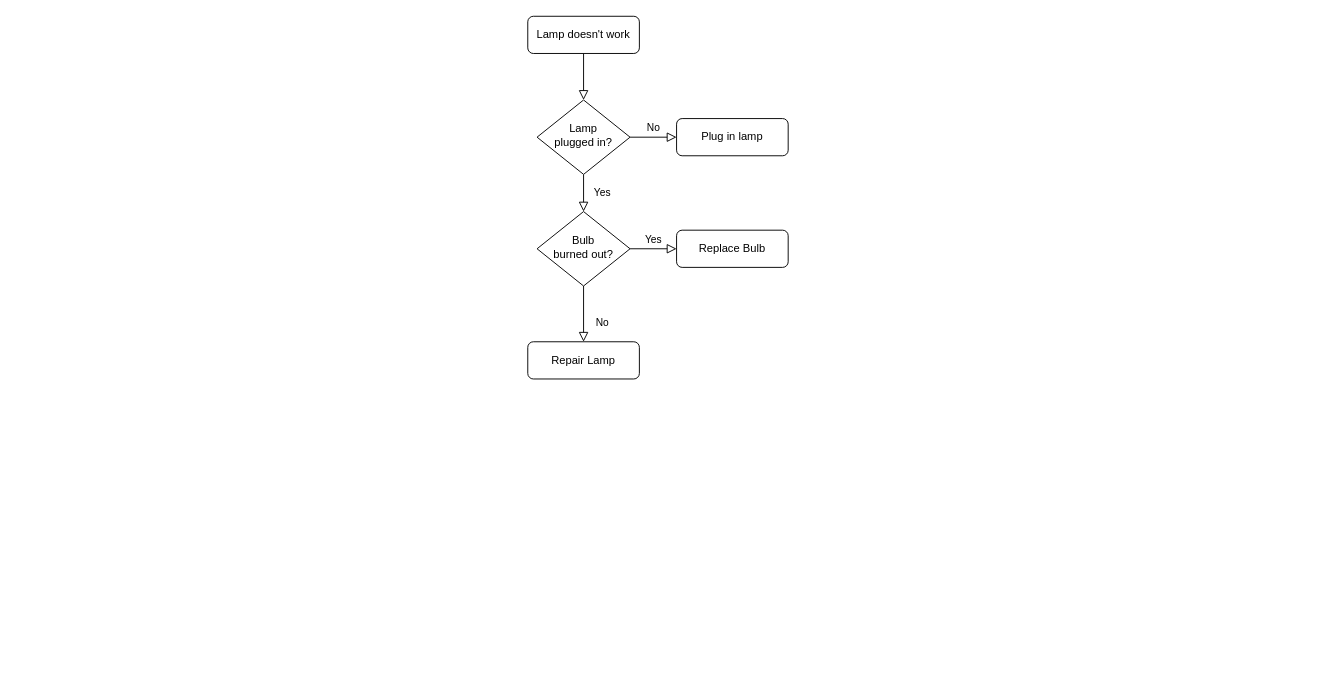
Above: Untitled Diagram.drawio in kyawlinnthant96/diagram (draw.io), before the change. Source tidied: cells renumbered, new cells numbered last; positions are measured from the earlier drawing's top-left corner, leaving out a move shared by most shapes. Both pictures are drawn from the tidied source at 93%, with x=0, y=0 at pixel (527, 16).
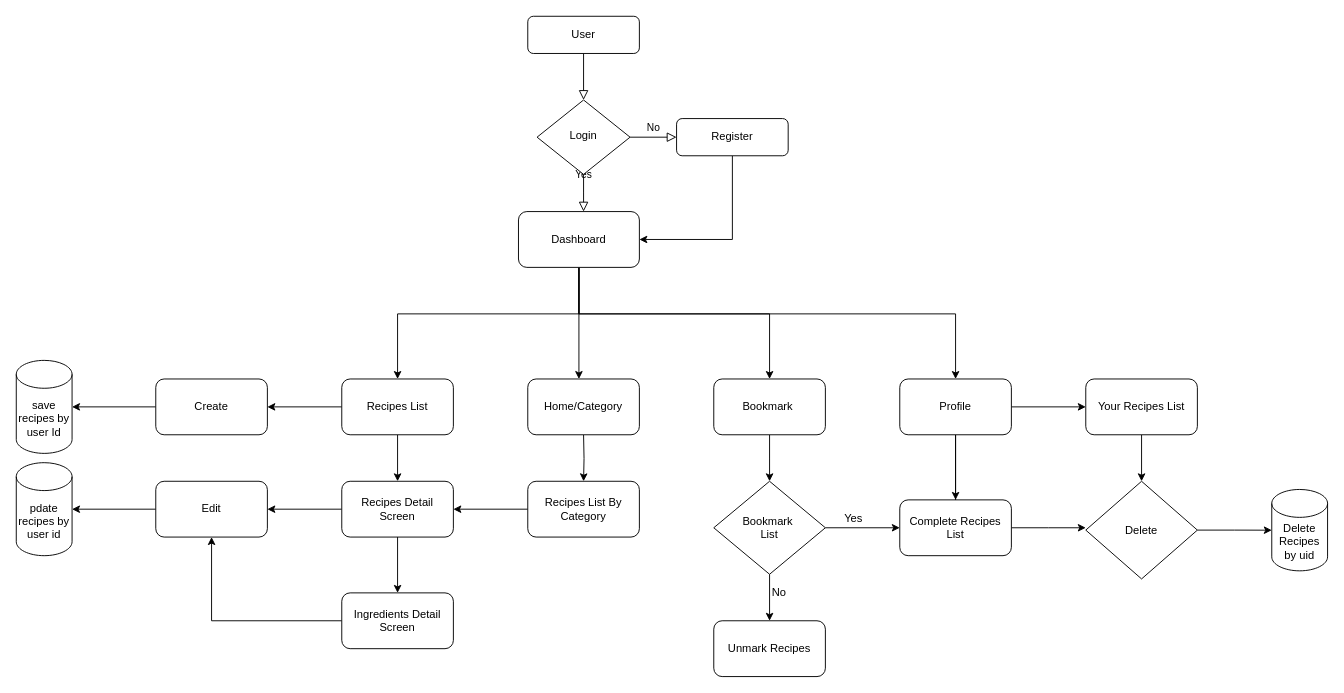
The same page after the edit.

The edit, as a diff of the source:
```diff
@@
-    <mxCell id="3" value="Lamp doesn't work" style="rounded=1;whiteSpace=wrap;html=1;fontSize=12;glass=0;strokeWidth=1;shadow=0;" parent="1" vertex="1">
+    <mxCell id="3" value="User" style="rounded=1;whiteSpace=wrap;html=1;fontSize=12;glass=0;strokeWidth=1;shadow=0;" parent="1" vertex="1">
       <mxGeometry width="120" height="40" as="geometry" />
     </mxCell>
-    <mxCell id="4" value="Yes" style="rounded=0;html=1;jettySize=auto;fontSize=11;endArrow=block;endFill=0;endSize=8;strokeWidth=1;shadow=0;labelBackgroundColor=none;edgeStyle=orthogonalEdgeStyle;" parent="1" edge="1" source="6" target="10">
-      <mxGeometry y="20" relative="1" as="geometry" />
+    <mxCell id="4" value="Yes" style="rounded=0;html=1;jettySize=auto;fontSize=11;endArrow=block;endFill=0;endSize=8;strokeWidth=1;shadow=0;labelBackgroundColor=none;edgeStyle=orthogonalEdgeStyle;" parent="1" edge="1" source="6">
+      <mxGeometry y="20" relative="1" as="geometry">
+        <mxPoint x="60" y="210" as="targetPoint" />
+      </mxGeometry>
     </mxCell>
@@
-    <mxCell id="6" value="Lamp&lt;br&gt;plugged in?" style="rhombus;whiteSpace=wrap;html=1;shadow=0;fontFamily=Helvetica;fontSize=12;align=center;strokeWidth=1;spacing=6;spacingTop=-4;" parent="1" vertex="1">
+    <mxCell id="6" value="Login" style="rhombus;whiteSpace=wrap;html=1;shadow=0;fontFamily=Helvetica;fontSize=12;align=center;strokeWidth=1;spacing=6;spacingTop=-4;" parent="1" vertex="1">
       <mxGeometry x="10" y="90" width="100" height="80" as="geometry" />
     </mxCell>
+    <mxCell id="13" style="edgeStyle=orthogonalEdgeStyle;rounded=0;jettySize=auto;html=1;entryX=1;entryY=0.5;entryDx=0;entryDy=0;" parent="1" edge="1" source="7" target="19">
+      <mxGeometry relative="1" as="geometry">
+        <Array as="points">
+          <mxPoint x="220" y="240" />
+        </Array>
+      </mxGeometry>
+    </mxCell>
-    <mxCell id="7" value="Plug in lamp" style="rounded=1;whiteSpace=wrap;html=1;fontSize=12;glass=0;strokeWidth=1;shadow=0;" parent="1" vertex="1">
+    <mxCell id="7" value="Register" style="rounded=1;whiteSpace=wrap;html=1;fontSize=12;glass=0;strokeWidth=1;shadow=0;" parent="1" vertex="1">
       <mxGeometry x="160" y="110" width="120" height="40" as="geometry" />
     </mxCell>
+    <mxCell id="14" style="edgeStyle=orthogonalEdgeStyle;rounded=0;jettySize=auto;html=1;" parent="1" edge="1" target="26">
+      <mxGeometry relative="1" as="geometry">
+        <mxPoint x="60" y="450" as="sourcePoint" />
+      </mxGeometry>
+    </mxCell>
+    <mxCell id="15" style="edgeStyle=orthogonalEdgeStyle;rounded=0;jettySize=auto;html=1;" parent="1" edge="1" source="19">
+      <mxGeometry relative="1" as="geometry">
+        <mxPoint x="55" y="390" as="targetPoint" />
+        <Array as="points">
+          <mxPoint x="55" y="320" />
+          <mxPoint x="55" y="320" />
+        </Array>
+      </mxGeometry>
+    </mxCell>
+    <mxCell id="16" style="edgeStyle=orthogonalEdgeStyle;rounded=0;jettySize=auto;html=1;entryX=0.5;entryY=0;entryDx=0;entryDy=0;" parent="1" edge="1" source="19" target="22">
+      <mxGeometry relative="1" as="geometry">
+        <Array as="points">
+          <mxPoint x="55" y="320" />
+          <mxPoint x="-140" y="320" />
+        </Array>
+      </mxGeometry>
+    </mxCell>
+    <mxCell id="17" style="edgeStyle=orthogonalEdgeStyle;rounded=0;jettySize=auto;html=1;" parent="1" edge="1" source="19" target="35">
+      <mxGeometry relative="1" as="geometry">
+        <Array as="points">
+          <mxPoint x="55" y="320" />
+          <mxPoint x="460" y="320" />
+        </Array>
+      </mxGeometry>
+    </mxCell>
+    <mxCell id="18" style="edgeStyle=orthogonalEdgeStyle;rounded=0;jettySize=auto;html=1;" parent="1" edge="1" source="19" target="24">
+      <mxGeometry relative="1" as="geometry">
+        <Array as="points">
+          <mxPoint x="55" y="320" />
+          <mxPoint x="260" y="320" />
+        </Array>
+      </mxGeometry>
+    </mxCell>
+    <mxCell id="19" value="Dashboard" style="rounded=1;whiteSpace=wrap;html=1;" parent="1" vertex="1">
+      <mxGeometry x="-10" y="210" width="130" height="60" as="geometry" />
+    </mxCell>
+    <mxCell id="20" style="edgeStyle=orthogonalEdgeStyle;rounded=0;jettySize=auto;html=1;" parent="1" edge="1" source="22" target="29">
+      <mxGeometry relative="1" as="geometry" />
+    </mxCell>
+    <mxCell id="21" style="edgeStyle=orthogonalEdgeStyle;rounded=0;jettySize=auto;html=1;" parent="1" edge="1" source="22" target="42">
+      <mxGeometry relative="1" as="geometry" />
+    </mxCell>
+    <mxCell id="22" value="Recipes List" style="rounded=1;whiteSpace=wrap;html=1;glass=0;strokeWidth=1;shadow=0;" parent="1" vertex="1">
+      <mxGeometry x="-200" y="390" width="120" height="60" as="geometry" />
+    </mxCell>
+    <mxCell id="23" style="edgeStyle=orthogonalEdgeStyle;rounded=0;jettySize=auto;html=1;" parent="1" edge="1" source="24">
+      <mxGeometry relative="1" as="geometry">
+        <mxPoint x="260" y="500" as="targetPoint" />
+      </mxGeometry>
+    </mxCell>
+    <mxCell id="24" value="Bookmark&amp;nbsp;" style="whiteSpace=wrap;html=1;rounded=1;glass=0;strokeWidth=1;shadow=0;" parent="1" vertex="1">
+      <mxGeometry x="200" y="390" width="120" height="60" as="geometry" />
+    </mxCell>
+    <mxCell id="25" style="edgeStyle=orthogonalEdgeStyle;rounded=0;jettySize=auto;html=1;" parent="1" edge="1" source="26" target="29">
+      <mxGeometry relative="1" as="geometry" />
+    </mxCell>
+    <mxCell id="26" value="Recipes List By Category" style="whiteSpace=wrap;html=1;rounded=1;glass=0;strokeWidth=1;shadow=0;" parent="1" vertex="1">
+      <mxGeometry y="500" width="120" height="60" as="geometry" />
+    </mxCell>
+    <mxCell id="27" style="edgeStyle=orthogonalEdgeStyle;rounded=0;jettySize=auto;html=1;" parent="1" edge="1" source="29" target="31">
+      <mxGeometry relative="1" as="geometry" />
+    </mxCell>
+    <mxCell id="28" style="edgeStyle=orthogonalEdgeStyle;rounded=0;jettySize=auto;html=1;" parent="1" edge="1" source="29" target="45">
+      <mxGeometry relative="1" as="geometry" />
+    </mxCell>
+    <mxCell id="29" value="Recipes Detail Screen" style="rounded=1;whiteSpace=wrap;html=1;glass=0;strokeWidth=1;shadow=0;" parent="1" vertex="1">
+      <mxGeometry x="-200" y="500" width="120" height="60" as="geometry" />
+    </mxCell>
+    <mxCell id="30" style="edgeStyle=orthogonalEdgeStyle;rounded=0;jettySize=auto;html=1;entryX=0.5;entryY=1;entryDx=0;entryDy=0;" parent="1" edge="1" source="31" target="45">
+      <mxGeometry relative="1" as="geometry" />
+    </mxCell>
+    <mxCell id="31" value="Ingredients Detail&lt;br&gt;Screen" style="rounded=1;whiteSpace=wrap;html=1;glass=0;strokeWidth=1;shadow=0;" parent="1" vertex="1">
+      <mxGeometry x="-200" y="620" width="120" height="60" as="geometry" />
+    </mxCell>
+    <mxCell id="32" style="edgeStyle=orthogonalEdgeStyle;rounded=0;jettySize=auto;html=1;" parent="1" edge="1" source="35" target="48">
+      <mxGeometry relative="1" as="geometry" />
+    </mxCell>
+    <mxCell id="33" style="edgeStyle=orthogonalEdgeStyle;rounded=0;jettySize=auto;html=1;" parent="1" edge="1" source="35">
+      <mxGeometry relative="1" as="geometry">
+        <mxPoint x="460" y="530" as="targetPoint" />
+      </mxGeometry>
+    </mxCell>
+    <mxCell id="34" style="edgeStyle=orthogonalEdgeStyle;rounded=0;jettySize=auto;html=1;" parent="1" edge="1" source="35" target="50">
+      <mxGeometry relative="1" as="geometry" />
+    </mxCell>
+    <mxCell id="35" value="Profile" style="rounded=1;whiteSpace=wrap;html=1;" parent="1" vertex="1">
+      <mxGeometry x="400" y="390" width="120" height="60" as="geometry" />
+    </mxCell>
+    <mxCell id="36" style="edgeStyle=orthogonalEdgeStyle;rounded=0;jettySize=auto;html=1;" parent="1" edge="1" source="38" target="39">
+      <mxGeometry relative="1" as="geometry" />
+    </mxCell>
+    <mxCell id="37" style="edgeStyle=orthogonalEdgeStyle;rounded=0;jettySize=auto;html=1;" parent="1" edge="1" source="38" target="50">
+      <mxGeometry relative="1" as="geometry" />
+    </mxCell>
+    <mxCell id="38" value="Bookmark&amp;nbsp;&lt;br&gt;List" style="rhombus;whiteSpace=wrap;html=1;" parent="1" vertex="1">
+      <mxGeometry x="200" y="500" width="120" height="100" as="geometry" />
+    </mxCell>
+    <mxCell id="39" value="Unmark Recipes" style="rounded=1;whiteSpace=wrap;html=1;" parent="1" vertex="1">
+      <mxGeometry x="200" y="650" width="120" height="60" as="geometry" />
+    </mxCell>
+    <mxCell id="40" value="Home/Category" style="rounded=1;whiteSpace=wrap;html=1;fontSize=12;glass=0;strokeWidth=1;shadow=0;" parent="1" vertex="1">
+      <mxGeometry y="390" width="120" height="60" as="geometry" />
+    </mxCell>
+    <mxCell id="41" style="edgeStyle=orthogonalEdgeStyle;rounded=0;jettySize=auto;html=1;entryX=1;entryY=0.5;entryDx=0;entryDy=0;entryPerimeter=0;" parent="1" edge="1" source="42" target="43">
+      <mxGeometry relative="1" as="geometry" />
+    </mxCell>
+    <mxCell id="42" value="Create" style="rounded=1;whiteSpace=wrap;html=1;glass=0;strokeWidth=1;shadow=0;" parent="1" vertex="1">
+      <mxGeometry x="-400" y="390" width="120" height="60" as="geometry" />
+    </mxCell>
+    <mxCell id="43" value="save recipes by user Id" style="shape=cylinder3;whiteSpace=wrap;html=1;boundedLbl=1;backgroundOutline=1;size=15;" parent="1" vertex="1">
+      <mxGeometry x="-550" y="370" width="60" height="100" as="geometry" />
+    </mxCell>
+    <mxCell id="44" style="edgeStyle=orthogonalEdgeStyle;rounded=0;jettySize=auto;html=1;entryX=1;entryY=0.5;entryDx=0;entryDy=0;entryPerimeter=0;" parent="1" edge="1" source="45" target="46">
+      <mxGeometry relative="1" as="geometry" />
+    </mxCell>
+    <mxCell id="45" value="Edit" style="rounded=1;whiteSpace=wrap;html=1;glass=0;strokeWidth=1;shadow=0;" parent="1" vertex="1">
+      <mxGeometry x="-400" y="500" width="120" height="60" as="geometry" />
+    </mxCell>
+    <mxCell id="46" value="pdate recipes by user id" style="shape=cylinder3;whiteSpace=wrap;html=1;boundedLbl=1;backgroundOutline=1;size=15;" parent="1" vertex="1">
+      <mxGeometry x="-550" y="480" width="60" height="100" as="geometry" />
+    </mxCell>
-    <mxCell id="8" value="No" style="rounded=0;html=1;jettySize=auto;fontSize=11;endArrow=block;endFill=0;endSize=8;strokeWidth=1;shadow=0;labelBackgroundColor=none;edgeStyle=orthogonalEdgeStyle;" parent="1" edge="1" source="10" target="11">
-      <mxGeometry x="0.33" y="20" relative="1" as="geometry" />
+    <mxCell id="8" value="No" style="text;html=1;align=center;verticalAlign=middle;strokeColor=none;fillColor=none;" parent="1" vertex="1">
+      <mxGeometry x="250" y="605" width="40" height="30" as="geometry" />
     </mxCell>
+    <mxCell id="47" style="edgeStyle=orthogonalEdgeStyle;rounded=0;jettySize=auto;html=1;" parent="1" edge="1" source="48" target="52">
+      <mxGeometry relative="1" as="geometry" />
+    </mxCell>
+    <mxCell id="48" value="Your Recipes List" style="whiteSpace=wrap;html=1;rounded=1;" parent="1" vertex="1">
+      <mxGeometry x="600" y="390" width="120" height="60" as="geometry" />
+    </mxCell>
+    <mxCell id="49" style="edgeStyle=orthogonalEdgeStyle;rounded=0;jettySize=auto;html=1;" parent="1" edge="1" source="50">
+      <mxGeometry relative="1" as="geometry">
+        <mxPoint x="600" y="550" as="targetPoint" />
+      </mxGeometry>
+    </mxCell>
+    <mxCell id="50" value="Complete Recipes List" style="whiteSpace=wrap;html=1;rounded=1;" parent="1" vertex="1">
+      <mxGeometry x="400" y="520" width="120" height="60" as="geometry" />
+    </mxCell>
-    <mxCell id="9" value="Yes" style="edgeStyle=orthogonalEdgeStyle;rounded=0;html=1;jettySize=auto;fontSize=11;endArrow=block;endFill=0;endSize=8;strokeWidth=1;shadow=0;labelBackgroundColor=none;" parent="1" edge="1" source="10" target="12">
-      <mxGeometry y="10" relative="1" as="geometry" />
+    <mxCell id="9" value="Yes" style="text;html=1;align=center;verticalAlign=middle;strokeColor=none;fillColor=none;" parent="1" vertex="1">
+      <mxGeometry x="330" y="525" width="40" height="30" as="geometry" />
     </mxCell>
-    <mxCell id="10" value="Bulb&lt;br&gt;burned out?" style="rhombus;whiteSpace=wrap;html=1;shadow=0;fontFamily=Helvetica;fontSize=12;align=center;strokeWidth=1;spacing=6;spacingTop=-4;" parent="1" vertex="1">
-      <mxGeometry x="10" y="210" width="100" height="80" as="geometry" />
-    </mxCell>
-    <mxCell id="11" value="Repair Lamp" style="rounded=1;whiteSpace=wrap;html=1;fontSize=12;glass=0;strokeWidth=1;shadow=0;" parent="1" vertex="1">
-      <mxGeometry y="350" width="120" height="40" as="geometry" />
-    </mxCell>
-    <mxCell id="12" value="Replace Bulb" style="rounded=1;whiteSpace=wrap;html=1;fontSize=12;glass=0;strokeWidth=1;shadow=0;" parent="1" vertex="1">
-      <mxGeometry x="160" y="230" width="120" height="40" as="geometry" />
-    </mxCell>
+    <mxCell id="51" style="edgeStyle=orthogonalEdgeStyle;rounded=0;jettySize=auto;html=1;" parent="1" edge="1" source="52" target="53">
+      <mxGeometry relative="1" as="geometry" />
+    </mxCell>
+    <mxCell id="52" value="Delete" style="rhombus;whiteSpace=wrap;html=1;" parent="1" vertex="1">
+      <mxGeometry x="600" y="500" width="120" height="105" as="geometry" />
+    </mxCell>
+    <mxCell id="53" value="Delete Recipes by uid" style="shape=cylinder3;whiteSpace=wrap;html=1;boundedLbl=1;backgroundOutline=1;size=15;" parent="1" vertex="1">
+      <mxGeometry x="800" y="508.8" width="60" height="87.5" as="geometry" />
+    </mxCell>
```
